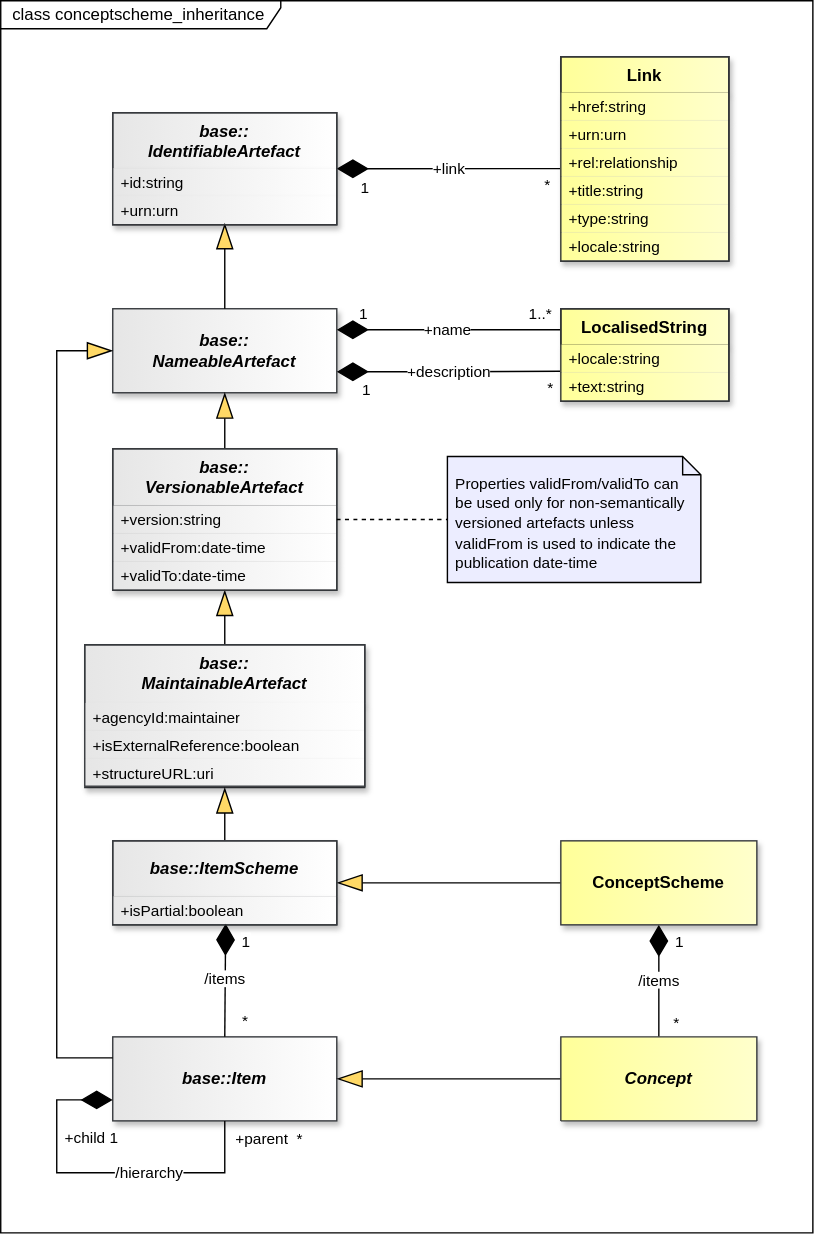
sdmx-twg/sdmx-im keeps this draw.io diagram as docs/information_model/media/sdmx_conceptscheme-conceptscheme_inheritance.svg. Above is the earlier version. Source tidied: cells renumbered, new cells last; positions are measured from the earlier drawing's top-left corner, leaving out a move shared by most shapes.
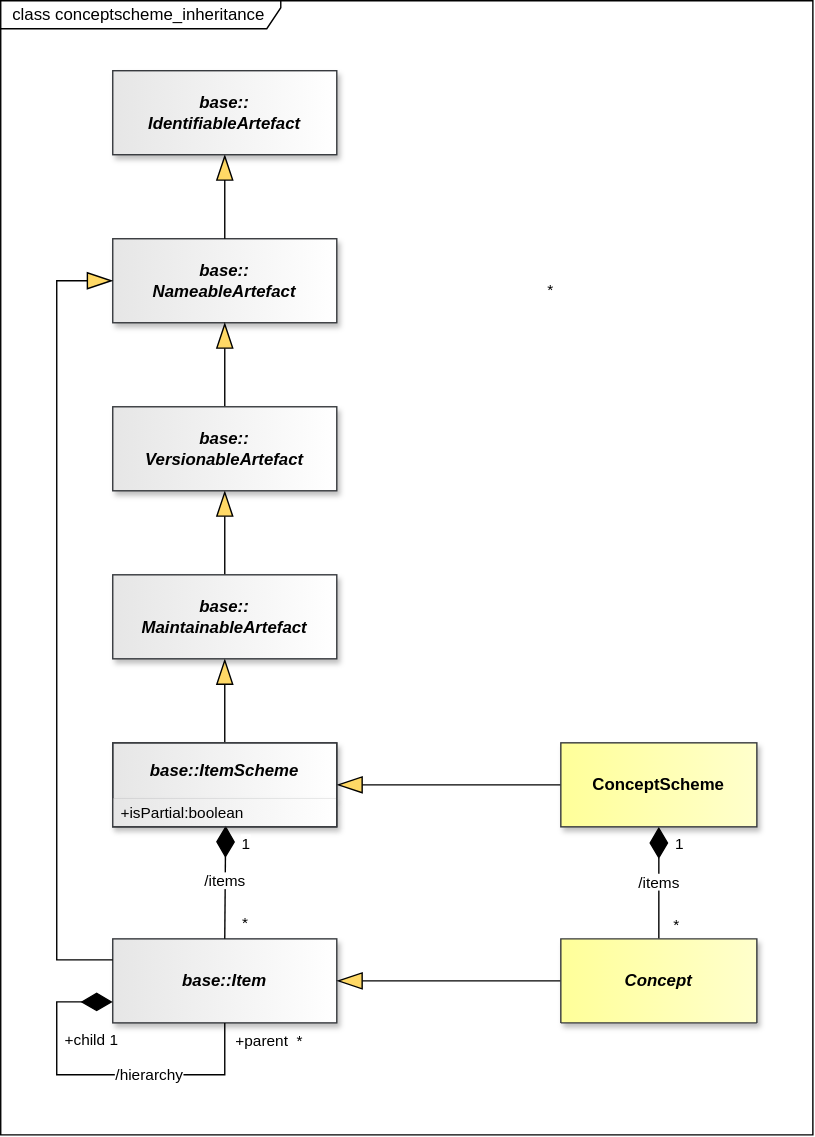
Above is the later version.

What changed in the source:
```diff
@@ -3,71 +3,17 @@
     <mxCell id="0" />
     <mxCell id="1" parent="0" />
     <mxCell id="2" value="&amp;nbsp; class conceptscheme_inheritance" style="shape=umlFrame;whiteSpace=wrap;html=1;fillColor=light-dark(#FFFFFF,#121212);swimlaneFillColor=light-dark(#FFFFFF,#121212);width=200;height=20;align=left;" parent="1" vertex="1">
-      <mxGeometry width="580" height="880" as="geometry" />
+      <mxGeometry y="70" width="580" height="810" as="geometry" />
     </mxCell>
-    <mxCell id="3" value="base::&lt;br&gt;IdentifiableArtefact" style="swimlane;fontStyle=3;align=center;verticalAlign=top;horizontal=1;startSize=40;whiteSpace=wrap;html=1;strokeColor=#36393d;fontFamily=Helvetica;fontSize=12;fillColor=light-dark(#E6E6E6,#E6E6E6);gradientDirection=east;gradientColor=light-dark(#FFFFFF,#FFFFFF);fontColor=light-dark(#000000,#000000);shadow=1;" parent="1" vertex="1">
-      <mxGeometry x="80" y="80" width="160" height="80" as="geometry" />
-    </mxCell>
-    <mxCell id="4" value="+id:string" style="text;strokeColor=none;fillColor=light-dark(#E6E6E6,#E6E6E6);align=left;verticalAlign=middle;spacingLeft=4;spacingRight=4;overflow=hidden;whiteSpace=wrap;html=1;fontFamily=Helvetica;fontSize=11;fontColor=light-dark(#000000,#000000);fontStyle=0;gradientColor=light-dark(#FFFFFF,#FFFFFF);gradientDirection=east;shadow=1;" parent="3" vertex="1">
-      <mxGeometry y="40" width="160" height="20" as="geometry" />
-    </mxCell>
-    <mxCell id="5" value="+urn:urn" style="text;strokeColor=none;fillColor=light-dark(#E6E6E6,#E6E6E6);align=left;verticalAlign=middle;spacingLeft=4;spacingRight=4;overflow=hidden;points=[[0,0.5],[1,0.5]];portConstraint=eastwest;whiteSpace=wrap;html=1;fontFamily=Helvetica;fontSize=11;fontColor=light-dark(#000000,#000000);fontStyle=0;gradientColor=light-dark(#FFFFFF,#FFFFFF);gradientDirection=east;shadow=1;" parent="3" vertex="1">
-      <mxGeometry y="60" width="160" height="20" as="geometry" />
-    </mxCell>
     <mxCell id="6" value="base::&lt;br&gt;NameableArtefact" style="whiteSpace=wrap;html=1;verticalAlign=middle;gradientDirection=east;imageVerticalAlign=top;fontStyle=3;fillColor=light-dark(#E6E6E6,#E6E6E6);strokeColor=#36393d;fontColor=light-dark(#000000,#000000);gradientColor=light-dark(#FFFFFF,#FFFFFF);shadow=1;" parent="1" vertex="1">
-      <mxGeometry x="80" y="220" width="160" height="60" as="geometry" />
+      <mxGeometry x="80" y="240" width="160" height="60" as="geometry" />
     </mxCell>
-    <mxCell id="7" style="endArrow=blockThin;endSize=16;endFill=1;html=1;rounded=0;entryX=0.5;entryY=0.95;entryDx=0;entryDy=0;exitX=0.5;exitY=0;exitDx=0;exitDy=0;startFill=0;endFillColor=light-dark(#FFD966,#FFD966);strokeColor=light-dark(#000000,#FFFFFF);startFillColor=light-dark(#000000,#FFFFFF);labelBackgroundColor=none;labelBorderColor=light-dark(#000000,#FFFFFF);entryPerimeter=0;" parent="1" edge="1" source="6" target="5">
+    <mxCell id="7" style="endArrow=blockThin;endSize=16;endFill=1;html=1;rounded=0;entryX=0.5;entryY=1;entryDx=0;entryDy=0;exitX=0.5;exitY=0;exitDx=0;exitDy=0;startFill=0;endFillColor=light-dark(#FFD966,#FFD966);strokeColor=light-dark(#000000,#FFFFFF);startFillColor=light-dark(#000000,#FFFFFF);labelBackgroundColor=none;labelBorderColor=light-dark(#000000,#FFFFFF);" parent="1" edge="1" source="6" target="3">
       <mxGeometry relative="1" as="geometry" />
     </mxCell>
-    <mxCell id="8" value="base::&lt;br&gt;VersionableArtefact" style="swimlane;fontStyle=3;align=center;verticalAlign=top;horizontal=1;startSize=41;whiteSpace=wrap;html=1;strokeColor=#36393d;fontFamily=Helvetica;fontSize=12;fillColor=light-dark(#E6E6E6,#E6E6E6);gradientDirection=east;gradientColor=light-dark(#FFFFFF,#FFFFFF);fontColor=light-dark(#000000,#000000);shadow=1;" parent="1" vertex="1">
-      <mxGeometry x="80" y="320" width="160" height="101" as="geometry" />
-    </mxCell>
-    <mxCell id="9" value="+version:string" style="text;strokeColor=none;fillColor=light-dark(#E6E6E6,#E6E6E6);align=left;verticalAlign=middle;spacingLeft=4;spacingRight=4;overflow=hidden;whiteSpace=wrap;html=1;fontFamily=Helvetica;fontSize=11;fontColor=light-dark(#000000,#000000);fontStyle=0;gradientColor=light-dark(#FFFFFF,#FFFFFF);gradientDirection=east;shadow=1;" parent="8" vertex="1">
-      <mxGeometry y="41" width="160" height="20" as="geometry" />
-    </mxCell>
-    <mxCell id="10" value="+validFrom:date-time" style="text;strokeColor=none;fillColor=light-dark(#E6E6E6,#E6E6E6);align=left;verticalAlign=middle;spacingLeft=4;spacingRight=4;overflow=hidden;whiteSpace=wrap;html=1;fontFamily=Helvetica;fontSize=11;fontColor=light-dark(#000000,#000000);fontStyle=0;gradientColor=light-dark(#FFFFFF,#FFFFFF);gradientDirection=east;shadow=1;" parent="8" vertex="1">
-      <mxGeometry y="61" width="160" height="20" as="geometry" />
-    </mxCell>
-    <mxCell id="11" value="+validTo:date-time" style="text;strokeColor=none;fillColor=light-dark(#E6E6E6,#E6E6E6);align=left;verticalAlign=middle;spacingLeft=4;spacingRight=4;overflow=hidden;whiteSpace=wrap;html=1;fontFamily=Helvetica;fontSize=11;fontColor=light-dark(#000000,#000000);fontStyle=0;gradientColor=light-dark(#FFFFFF,#FFFFFF);gradientDirection=east;shadow=1;" parent="8" vertex="1">
-      <mxGeometry y="81" width="160" height="20" as="geometry" />
-    </mxCell>
     <mxCell id="12" style="endArrow=blockThin;endSize=16;endFill=1;html=1;rounded=0;entryX=0.5;entryY=1;entryDx=0;entryDy=0;exitX=0.5;exitY=0;exitDx=0;exitDy=0;startFill=0;endFillColor=light-dark(#FFD966,#FFD966);strokeColor=light-dark(#000000,#FFFFFF);startFillColor=light-dark(#000000,#FFFFFF);labelBackgroundColor=none;labelBorderColor=light-dark(#000000,#FFFFFF);" parent="1" edge="1" source="8" target="6">
       <mxGeometry relative="1" as="geometry" />
     </mxCell>
-    <mxCell id="13" value="&lt;font style=&quot;color: light-dark(rgb(0, 0, 0), rgb(255, 255, 255)); background-color: light-dark(rgb(255, 255, 255), rgb(0, 0, 0));&quot;&gt;+name&lt;/font&gt;" style="endArrow=none;html=1;endSize=12;startArrow=diamondThin;startSize=20;startFill=1;edgeStyle=orthogonalEdgeStyle;rounded=0;exitX=1;exitY=0.25;exitDx=0;exitDy=0;endFill=0;strokeColor=light-dark(#000000,#FFFFFF);fontColor=light-dark(#000000,#FFFFFF);labelBackgroundColor=none;entryX=0.002;entryY=0.228;entryDx=0;entryDy=0;entryPerimeter=0;" parent="1" edge="1" source="6" target="58">
-      <mxGeometry x="-0.01" relative="1" as="geometry" />
-    </mxCell>
-    <mxCell id="14" value="1..*" style="edgeLabel;html=1;align=right;verticalAlign=top;labelBackgroundColor=none;fontColor=light-dark(#000000,#FFFFFF);" parent="13" vertex="1">
-      <mxGeometry x="1" relative="1" as="geometry">
-        <mxPoint x="-6" y="-24" as="offset" />
-      </mxGeometry>
-    </mxCell>
-    <mxCell id="15" value="1" style="edgeLabel;html=1;align=center;verticalAlign=middle;fontSize=11;" parent="13" vertex="1">
-      <mxGeometry x="-0.76" y="-3" relative="1" as="geometry">
-        <mxPoint y="-15" as="offset" />
-      </mxGeometry>
-    </mxCell>
-    <mxCell id="16" value="&lt;font style=&quot;color: light-dark(rgb(0, 0, 0), rgb(255, 255, 255)); background-color: light-dark(rgb(255, 255, 255), rgb(0, 0, 0));&quot;&gt;+description&lt;/font&gt;" style="endArrow=none;html=1;endSize=12;startArrow=diamondThin;startSize=20;startFill=1;edgeStyle=orthogonalEdgeStyle;rounded=0;exitX=1;exitY=0.75;exitDx=0;exitDy=0;endFill=0;strokeColor=light-dark(#000000,#FFFFFF);fontColor=light-dark(#000000,#FFFFFF);labelBackgroundColor=none;entryX=0;entryY=0.676;entryDx=0;entryDy=0;entryPerimeter=0;" parent="1" edge="1" source="6" target="58">
-      <mxGeometry relative="1" as="geometry" />
-    </mxCell>
-    <mxCell id="17" value="1" style="edgeLabel;html=1;align=center;verticalAlign=middle;fontSize=11;" parent="16" vertex="1">
-      <mxGeometry x="-0.75" y="1" relative="1" as="geometry">
-        <mxPoint y="13" as="offset" />
-      </mxGeometry>
-    </mxCell>
-    <mxCell id="18" value="base::&lt;br&gt;MaintainableArtefact" style="swimlane;fontStyle=3;align=center;verticalAlign=top;horizontal=1;startSize=42;whiteSpace=wrap;html=1;strokeColor=#36393d;fontFamily=Helvetica;fontSize=12;fillColor=light-dark(#E6E6E6,#E6E6E6);gradientDirection=east;gradientColor=light-dark(#FFFFFF,#FFFFFF);fontColor=light-dark(#000000,#000000);shadow=1;" parent="1" vertex="1">
-      <mxGeometry x="60" y="460" width="200" height="102" as="geometry" />
-    </mxCell>
-    <mxCell id="19" value="+agencyId:maintainer" style="text;strokeColor=none;fillColor=light-dark(#E6E6E6,#E6E6E6);align=left;verticalAlign=middle;spacingLeft=4;spacingRight=4;overflow=hidden;whiteSpace=wrap;html=1;fontFamily=Helvetica;fontSize=11;fontColor=light-dark(#000000,#000000);fontStyle=0;gradientColor=light-dark(#FFFFFF,#FFFFFF);gradientDirection=east;shadow=1;" parent="18" vertex="1">
-      <mxGeometry y="42" width="200" height="20" as="geometry" />
-    </mxCell>
-    <mxCell id="20" value="+isExternalReference:boolean" style="text;strokeColor=none;fillColor=light-dark(#E6E6E6,#E6E6E6);align=left;verticalAlign=middle;spacingLeft=4;spacingRight=4;overflow=hidden;whiteSpace=wrap;html=1;fontFamily=Helvetica;fontSize=11;fontColor=light-dark(#000000,#000000);fontStyle=0;gradientColor=light-dark(#FFFFFF,#FFFFFF);gradientDirection=east;shadow=1;" parent="18" vertex="1">
-      <mxGeometry y="62" width="200" height="20" as="geometry" />
-    </mxCell>
-    <mxCell id="21" value="+structureURL:uri" style="text;strokeColor=none;fillColor=light-dark(#E6E6E6,#E6E6E6);align=left;verticalAlign=middle;spacingLeft=4;spacingRight=4;overflow=hidden;whiteSpace=wrap;html=1;fontFamily=Helvetica;fontSize=11;fontColor=light-dark(#000000,#000000);fontStyle=0;gradientColor=light-dark(#FFFFFF,#FFFFFF);gradientDirection=east;shadow=1;" parent="18" vertex="1">
-      <mxGeometry y="82" width="200" height="20" as="geometry" />
-    </mxCell>
     <mxCell id="22" style="endArrow=blockThin;endSize=16;endFill=1;html=1;rounded=0;exitX=0.5;exitY=0;exitDx=0;exitDy=0;startFill=0;endFillColor=light-dark(#FFD966,#FFD966);strokeColor=light-dark(#000000,#FFFFFF);startFillColor=light-dark(#000000,#FFFFFF);labelBackgroundColor=none;labelBorderColor=light-dark(#000000,#FFFFFF);entryX=0.5;entryY=1;entryDx=0;entryDy=0;" parent="1" edge="1" source="18" target="8">
       <mxGeometry relative="1" as="geometry" />
     </mxCell>
@@ -133,10 +79,10 @@
       </mxGeometry>
     </mxCell>
     <mxCell id="38" style="endArrow=blockThin;endSize=16;endFill=1;html=1;rounded=0;exitX=0;exitY=0.25;exitDx=0;exitDy=0;startFill=0;endFillColor=light-dark(#FFD966,#FFD966);strokeColor=light-dark(#000000,#FFFFFF);startFillColor=light-dark(#000000,#FFFFFF);labelBackgroundColor=none;labelBorderColor=light-dark(#000000,#FFFFFF);entryX=0;entryY=0.5;entryDx=0;entryDy=0;" parent="1" edge="1" source="24" target="6">
-      <mxGeometry relative="1" as="geometry">
+      <mxGeometry x="0.04" relative="1" as="geometry">
         <Array as="points">
           <mxPoint x="40" y="755" />
-          <mxPoint x="40" y="250" />
+          <mxPoint x="40" y="270" />
         </Array>
       </mxGeometry>
     </mxCell>
@@ -149,78 +95,17 @@
     <mxCell id="41" value="Concept" style="swimlane;fontStyle=3;align=center;verticalAlign=middle;horizontal=1;startSize=61;whiteSpace=wrap;html=1;strokeColor=#36393d;fontFamily=Helvetica;fontSize=12;fillColor=light-dark(#FFFF99,#FFFF99);gradientDirection=east;gradientColor=light-dark(#FFFFCC,#FFFFCC);fontColor=light-dark(#000000,#000000);shadow=1;" parent="1" vertex="1">
       <mxGeometry x="400" y="740" width="140" height="60" as="geometry" />
     </mxCell>
-    <mxCell id="42" value="LocalisedString" style="swimlane;fontStyle=1;align=center;verticalAlign=top;horizontal=1;startSize=26;whiteSpace=wrap;html=1;fillColor=light-dark(#FFFF99,#FFFF99);strokeColor=light-dark(#000000,#000000);gradientDirection=east;swimlaneLine=1;fontColor=light-dark(#000000,#000000);labelBackgroundColor=none;textShadow=0;gradientColor=light-dark(#FFFFCC,#FFFFCC);shadow=1;" parent="1" vertex="1">
-      <mxGeometry x="400" y="220" width="120" height="66" as="geometry" />
-    </mxCell>
-    <mxCell id="43" value="+locale:string" style="text;strokeColor=none;fillColor=light-dark(#FFFF99,#FFFF99);align=left;verticalAlign=middle;spacingLeft=4;spacingRight=4;overflow=hidden;whiteSpace=wrap;html=1;fontSize=11;gradientColor=light-dark(#FFFFCC,#FFFFCC);gradientDirection=east;fontColor=light-dark(#000000,#000000);strokeWidth=0;shadow=1;" parent="42" vertex="1">
-      <mxGeometry y="26" width="120" height="20" as="geometry" />
-    </mxCell>
-    <mxCell id="44" value="+text:string" style="text;strokeColor=none;fillColor=light-dark(#FFFF99,#FFFF99);align=left;verticalAlign=middle;spacingLeft=4;spacingRight=4;overflow=hidden;whiteSpace=wrap;html=1;fontSize=11;gradientColor=light-dark(#FFFFCC,#FFFFCC);gradientDirection=east;fontColor=light-dark(#000000,#000000);strokeWidth=0;shadow=1;" parent="42" vertex="1">
-      <mxGeometry y="46" width="120" height="20" as="geometry" />
-    </mxCell>
-    <mxCell id="45" style="endArrow=none;html=1;endSize=12;startArrow=diamondThin;startSize=20;startFill=1;rounded=0;exitX=1;exitY=0.5;exitDx=0;exitDy=0;endFill=0;strokeColor=light-dark(#000000,#FFFFFF);fontColor=light-dark(#000000,#FFFFFF);labelBackgroundColor=none;entryX=0.005;entryY=0.696;entryDx=0;entryDy=0;entryPerimeter=0;" parent="1" edge="1" source="3" target="52">
-      <mxGeometry relative="1" as="geometry" />
-    </mxCell>
-    <mxCell id="46" value="*" style="edgeLabel;html=1;align=right;verticalAlign=top;labelBackgroundColor=none;fontColor=light-dark(#000000,#FFFFFF);" parent="45" vertex="1">
-      <mxGeometry x="1" relative="1" as="geometry">
-        <mxPoint x="-8" y="-1" as="offset" />
-      </mxGeometry>
-    </mxCell>
-    <mxCell id="47" value="&lt;font&gt;+link&lt;/font&gt;" style="edgeLabel;html=1;align=center;verticalAlign=middle;fontSize=11;" parent="45" vertex="1">
-      <mxGeometry relative="1" as="geometry" />
-    </mxCell>
-    <mxCell id="48" value="1" style="edgeLabel;html=1;align=center;verticalAlign=middle;fontSize=11;" parent="45" vertex="1">
-      <mxGeometry x="-0.79" y="-1" relative="1" as="geometry">
-        <mxPoint x="2" y="13" as="offset" />
-      </mxGeometry>
-    </mxCell>
-    <mxCell id="49" value="Link" style="swimlane;fontStyle=1;align=center;verticalAlign=top;horizontal=1;startSize=26;whiteSpace=wrap;html=1;fillColor=light-dark(#FFFF99,#FFFF99);strokeColor=light-dark(#000000,#000000);gradientDirection=east;swimlaneLine=1;fontColor=light-dark(#000000,#000000);labelBackgroundColor=none;textShadow=0;gradientColor=light-dark(#FFFFCC,#FFFFCC);shadow=1;" parent="1" vertex="1">
-      <mxGeometry x="400" y="40" width="120" height="146" as="geometry" />
-    </mxCell>
-    <mxCell id="50" value="+href:string" style="text;strokeColor=none;fillColor=light-dark(#FFFF99,#FFFF99);align=left;verticalAlign=middle;spacingLeft=4;spacingRight=4;overflow=hidden;whiteSpace=wrap;html=1;fontSize=11;gradientColor=light-dark(#FFFFCC,#FFFFCC);gradientDirection=east;fontColor=light-dark(#000000,#000000);strokeWidth=0;shadow=1;" parent="49" vertex="1">
-      <mxGeometry y="26" width="120" height="20" as="geometry" />
-    </mxCell>
-    <mxCell id="51" value="+urn:urn" style="text;strokeColor=none;fillColor=light-dark(#FFFF99,#FFFF99);align=left;verticalAlign=middle;spacingLeft=4;spacingRight=4;overflow=hidden;whiteSpace=wrap;html=1;fontSize=11;gradientColor=light-dark(#FFFFCC,#FFFFCC);gradientDirection=east;fontColor=light-dark(#000000,#000000);strokeWidth=0;shadow=1;" parent="49" vertex="1">
-      <mxGeometry y="46" width="120" height="20" as="geometry" />
-    </mxCell>
-    <mxCell id="52" value="+rel:relationship" style="text;strokeColor=none;fillColor=light-dark(#FFFF99,#FFFF99);align=left;verticalAlign=middle;spacingLeft=4;spacingRight=4;overflow=hidden;points=[[0,0.5],[1,0.5]];portConstraint=eastwest;whiteSpace=wrap;html=1;fontSize=11;gradientColor=light-dark(#FFFFCC,#FFFFCC);gradientDirection=east;fontColor=light-dark(#000000,#000000);strokeWidth=0;shadow=1;" parent="49" vertex="1">
-      <mxGeometry y="66" width="120" height="20" as="geometry" />
-    </mxCell>
-    <mxCell id="53" value="+title:string" style="text;strokeColor=none;fillColor=light-dark(#FFFF99,#FFFF99);align=left;verticalAlign=middle;spacingLeft=4;spacingRight=4;overflow=hidden;whiteSpace=wrap;html=1;fontSize=11;gradientColor=light-dark(#FFFFCC,#FFFFCC);gradientDirection=east;fontColor=light-dark(#000000,#000000);strokeWidth=0;shadow=1;" parent="49" vertex="1">
-      <mxGeometry y="86" width="120" height="20" as="geometry" />
-    </mxCell>
-    <mxCell id="54" value="+type:string" style="text;strokeColor=none;fillColor=light-dark(#FFFF99,#FFFF99);align=left;verticalAlign=middle;spacingLeft=4;spacingRight=4;overflow=hidden;whiteSpace=wrap;html=1;fontSize=11;gradientColor=light-dark(#FFFFCC,#FFFFCC);gradientDirection=east;fontColor=light-dark(#000000,#000000);strokeWidth=0;shadow=1;" parent="49" vertex="1">
-      <mxGeometry y="106" width="120" height="20" as="geometry" />
-    </mxCell>
-    <mxCell id="55" value="+locale:string" style="text;strokeColor=none;fillColor=light-dark(#FFFF99,#FFFF99);align=left;verticalAlign=middle;spacingLeft=4;spacingRight=4;overflow=hidden;whiteSpace=wrap;html=1;fontSize=11;gradientColor=light-dark(#FFFFCC,#FFFFCC);gradientDirection=east;fontColor=light-dark(#000000,#000000);strokeWidth=0;shadow=1;" parent="49" vertex="1">
-      <mxGeometry y="126" width="120" height="20" as="geometry" />
-    </mxCell>
-    <mxCell id="56" style="rounded=0;whiteSpace=wrap;html=1;fillColor=none;strokeColor=#36393D;" parent="1" vertex="1">
-      <mxGeometry x="80" y="80" width="160" height="80" as="geometry" />
-    </mxCell>
-    <mxCell id="57" style="rounded=0;whiteSpace=wrap;html=1;fillColor=none;strokeColor=#36393D;" parent="1" vertex="1">
-      <mxGeometry x="400" y="40" width="120" height="146" as="geometry" />
-    </mxCell>
-    <mxCell id="58" style="rounded=0;whiteSpace=wrap;html=1;fillColor=none;strokeColor=#36393D;" parent="1" vertex="1">
-      <mxGeometry x="400" y="220" width="120" height="66" as="geometry" />
-    </mxCell>
-    <mxCell id="59" style="rounded=0;whiteSpace=wrap;html=1;fillColor=none;strokeColor=#36393D;" parent="1" vertex="1">
-      <mxGeometry x="80" y="320" width="160" height="101" as="geometry" />
-    </mxCell>
-    <mxCell id="60" style="rounded=0;whiteSpace=wrap;html=1;fillColor=none;strokeColor=#36393D;" parent="1" vertex="1">
-      <mxGeometry x="60" y="460" width="200" height="101" as="geometry" />
-    </mxCell>
     <mxCell id="61" style="rounded=0;whiteSpace=wrap;html=1;fillColor=none;strokeColor=#36393D;" parent="1" vertex="1">
       <mxGeometry x="80" y="600" width="160" height="60" as="geometry" />
     </mxCell>
-    <mxCell id="62" style="shape=note2;size=13;html=1;fillColor=light-dark(#ECEDFF,#ECEDFF);shadow=0;fontColor=light-dark(#000000,#000000);strokeColor=light-dark(#000000,#000000);verticalAlign=top;" parent="1" vertex="1">
-      <mxGeometry x="319" y="325.5" width="181" height="90" as="geometry" />
-    </mxCell>
-    <mxCell id="63" value="&lt;div&gt;&lt;font&gt;&lt;span style=&quot;font-size: 11px;&quot;&gt;Properties&amp;nbsp;&lt;/span&gt;&lt;/font&gt;&lt;span style=&quot;background-color: transparent; font-size: 11px;&quot;&gt;validFrom/validTo can be used only for non-semantically versioned artefacts&lt;/span&gt;&lt;span style=&quot;background-color: transparent; font-size: 11px;&quot;&gt;&amp;nbsp;unless validFrom is used to indicate the publication date-time&lt;/span&gt;&lt;/div&gt;" style="text;html=1;strokeColor=none;fillColor=none;align=left;verticalAlign=middle;spacingLeft=4;spacingRight=4;overflow=hidden;points=[[0,0.5],[1,0.5]];portConstraint=eastwest;whiteSpace=wrap;labelBorderColor=none;spacingTop=8;fontColor=light-dark(#000000,#000000);spacingBottom=4;" parent="62" vertex="1">
-      <mxGeometry width="181" height="90" as="geometry" />
-    </mxCell>
-    <mxCell id="64" style="edgeStyle=none;curved=1;rounded=0;jettySize=auto;html=1;fontSize=12;startSize=8;endSize=8;entryX=0;entryY=0.5;entryDx=0;entryDy=0;endArrow=none;endFill=0;dashed=1;exitX=1;exitY=0.5;exitDx=0;exitDy=0;" parent="1" edge="1" source="59" target="63">
-      <mxGeometry x="0.51" y="6.67" relative="1" as="geometry" />
-    </mxCell>
+    <mxCell id="3" value="base::&lt;br&gt;IdentifiableArtefact" style="whiteSpace=wrap;html=1;verticalAlign=middle;gradientDirection=east;imageVerticalAlign=top;fontStyle=3;fillColor=light-dark(#E6E6E6,#E6E6E6);strokeColor=#36393d;fontColor=light-dark(#000000,#000000);gradientColor=light-dark(#FFFFFF,#FFFFFF);shadow=1;" parent="1" vertex="1">
+      <mxGeometry x="80" y="120" width="160" height="60" as="geometry" />
+    </mxCell>
+    <mxCell id="8" value="base::&lt;br&gt;VersionableArtefact" style="whiteSpace=wrap;html=1;verticalAlign=middle;gradientDirection=east;imageVerticalAlign=top;fontStyle=3;fillColor=light-dark(#E6E6E6,#E6E6E6);strokeColor=#36393d;fontColor=light-dark(#000000,#000000);gradientColor=light-dark(#FFFFFF,#FFFFFF);shadow=1;" parent="1" vertex="1">
+      <mxGeometry x="80" y="360" width="160" height="60" as="geometry" />
+    </mxCell>
+    <mxCell id="18" value="base::&lt;br&gt;MaintainableArtefact" style="whiteSpace=wrap;html=1;verticalAlign=middle;gradientDirection=east;imageVerticalAlign=top;fontStyle=3;fillColor=light-dark(#E6E6E6,#E6E6E6);strokeColor=#36393d;fontColor=light-dark(#000000,#000000);gradientColor=light-dark(#FFFFFF,#FFFFFF);shadow=1;" parent="1" vertex="1">
+      <mxGeometry x="80" y="480" width="160" height="60" as="geometry" />
+    </mxCell>
   </root>
 </mxGraphModel>
```
